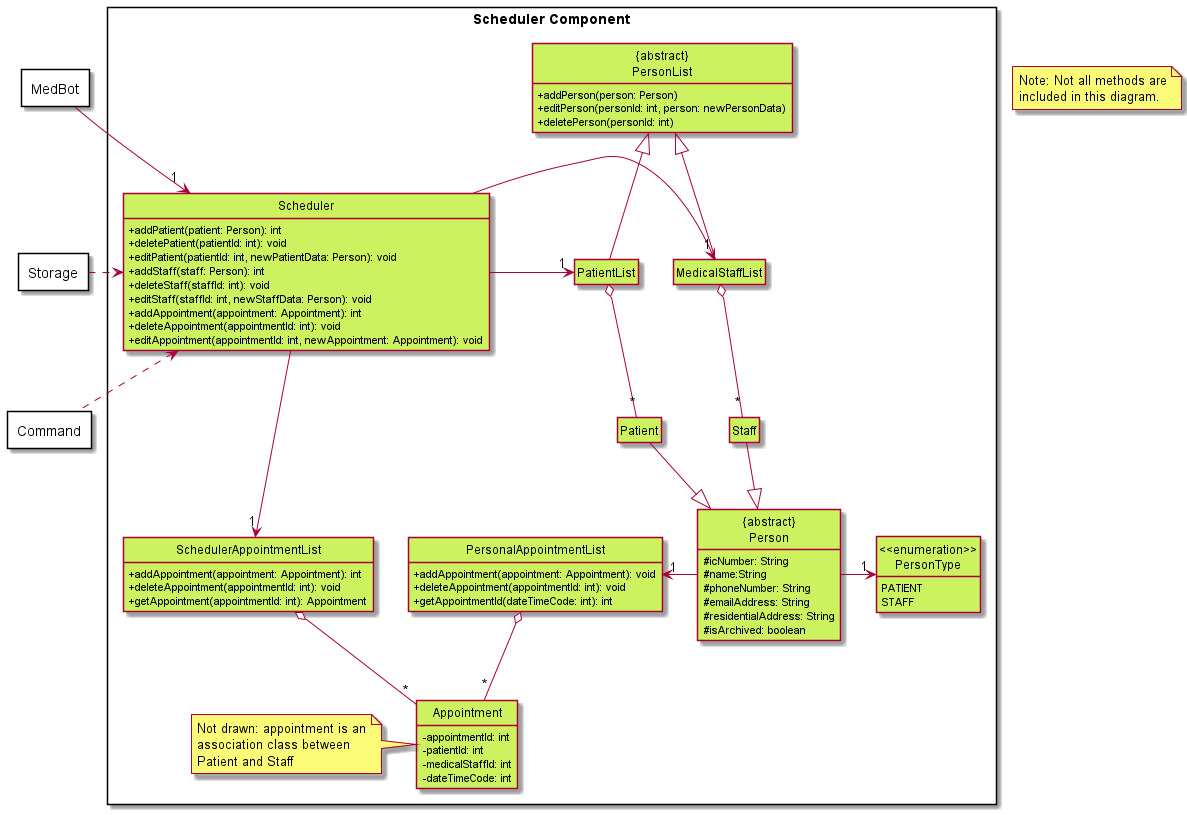
Earlier version of the PlantUML export docs/diagrams/SchedulerClassDiagram.png (nus-cs2113-AY2122S1/tp).
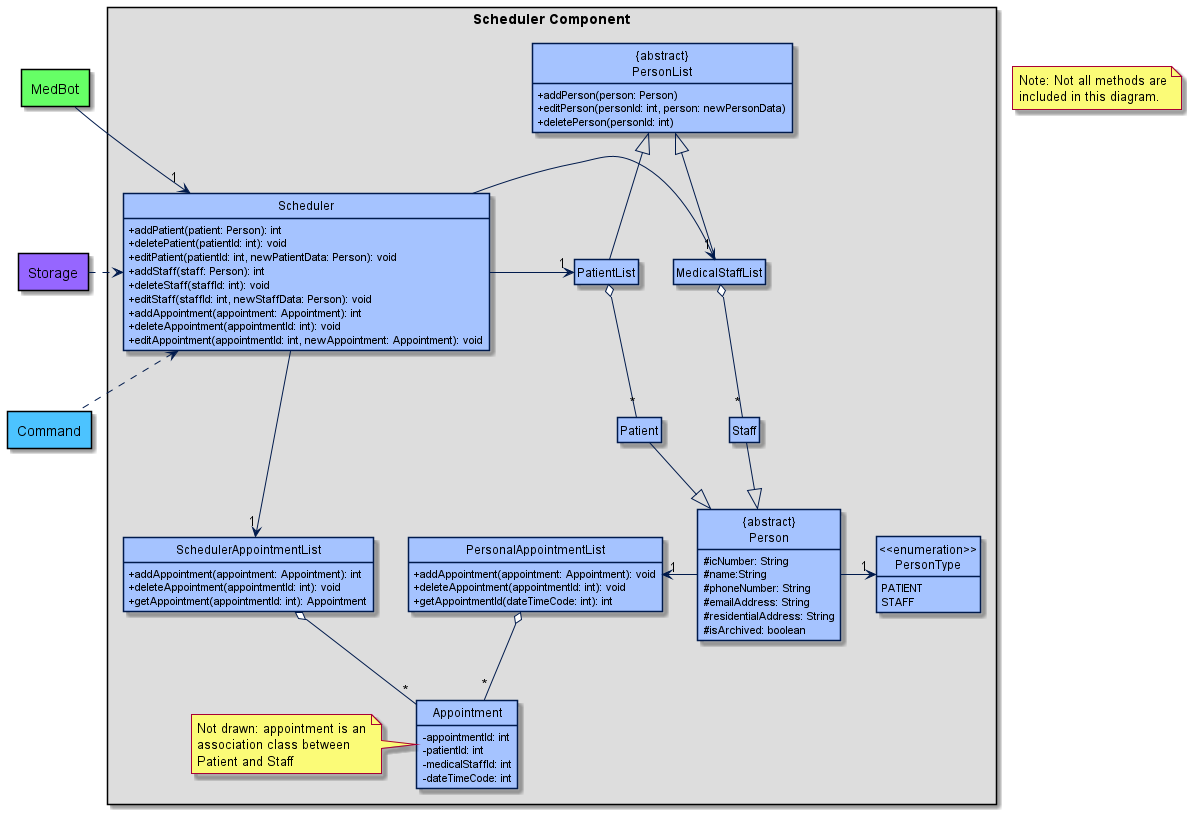
Later version of the same file.

Diff of the diagram source:
```diff
@@ -1,24 +1,25 @@
 @startuml
-!define SCHEDULER_COLOR #CDF260
 
 skinparam class {
-    BackgroundColor SCHEDULER_COLOR
+    BackgroundColor #A5C3FF
+    BorderColor #001A4C
+    ArrowColor #001A4C
 }
 
 hide circle
 hide empty members
 skinparam classAttributeIconSize 0
 
-package "MedBot" <<Rectangle>> {
+package "MedBot" <<Rectangle>> #66FF66 {
 }
 
-package "Storage" <<Rectangle>> {
+package "Storage" <<Rectangle>> #9666FF {
 }
 
-package "Command" <<Rectangle>> {
+package "Command" <<Rectangle>> #4CC3FF {
 }
 
-package "Scheduler Component" <<Rectangle>> {
+package "Scheduler Component" <<Rectangle>> #DDDDDD {
     class Scheduler
     class "{abstract}\nPersonList" as PersonList
     class PatientList
```
